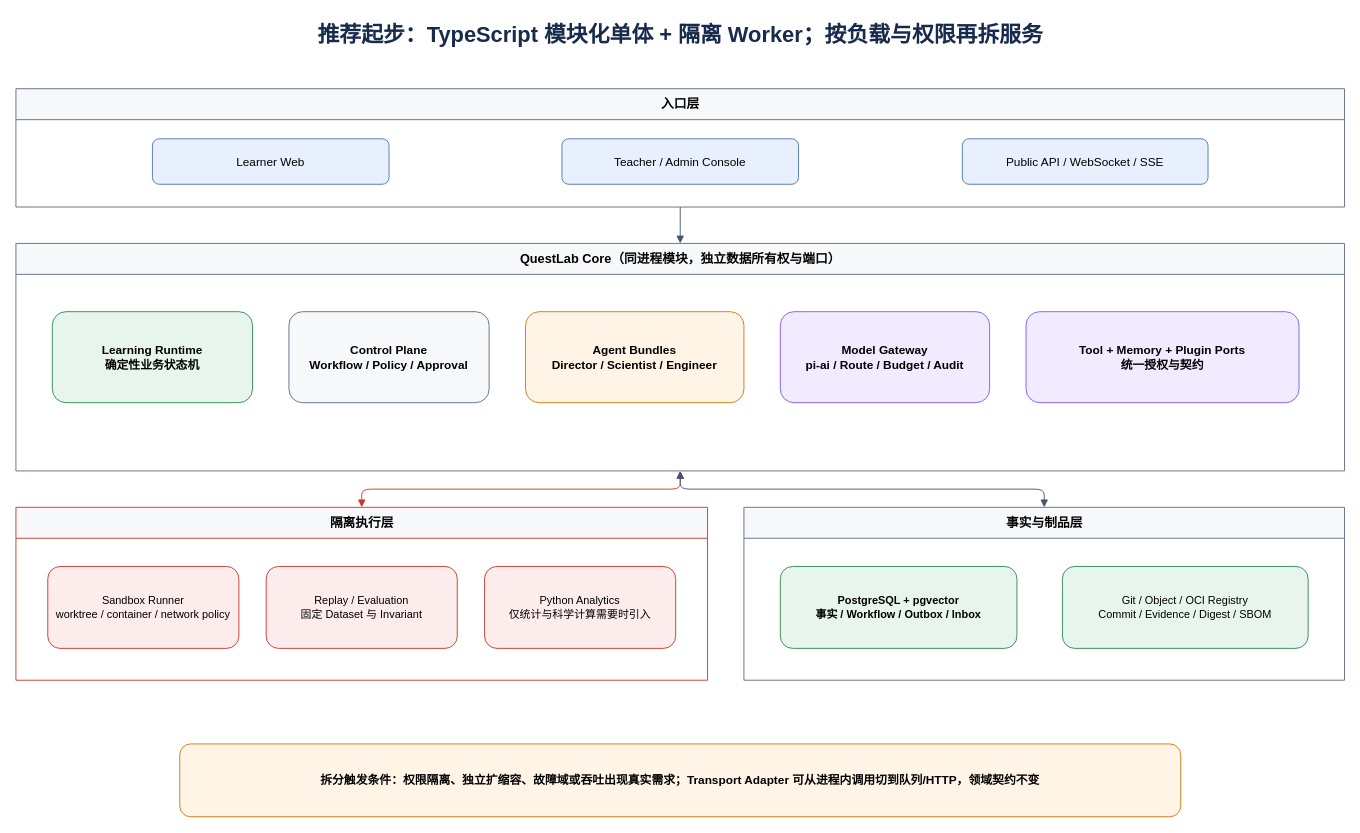
The draw.io diagram page "04-目标技术架构" (4 of 8) of FireFly-QuestLab-目标架构-v3.drawio in Qfish-417/Firefly, before the edit. Source tidied: cells renumbered, new cells numbered last; positions are measured from the earlier drawing's top-left corner, leaving out a move shared by most shapes. Both pictures are drawn from the tidied source at 91%, with x=0, y=0 at pixel (15, 15).
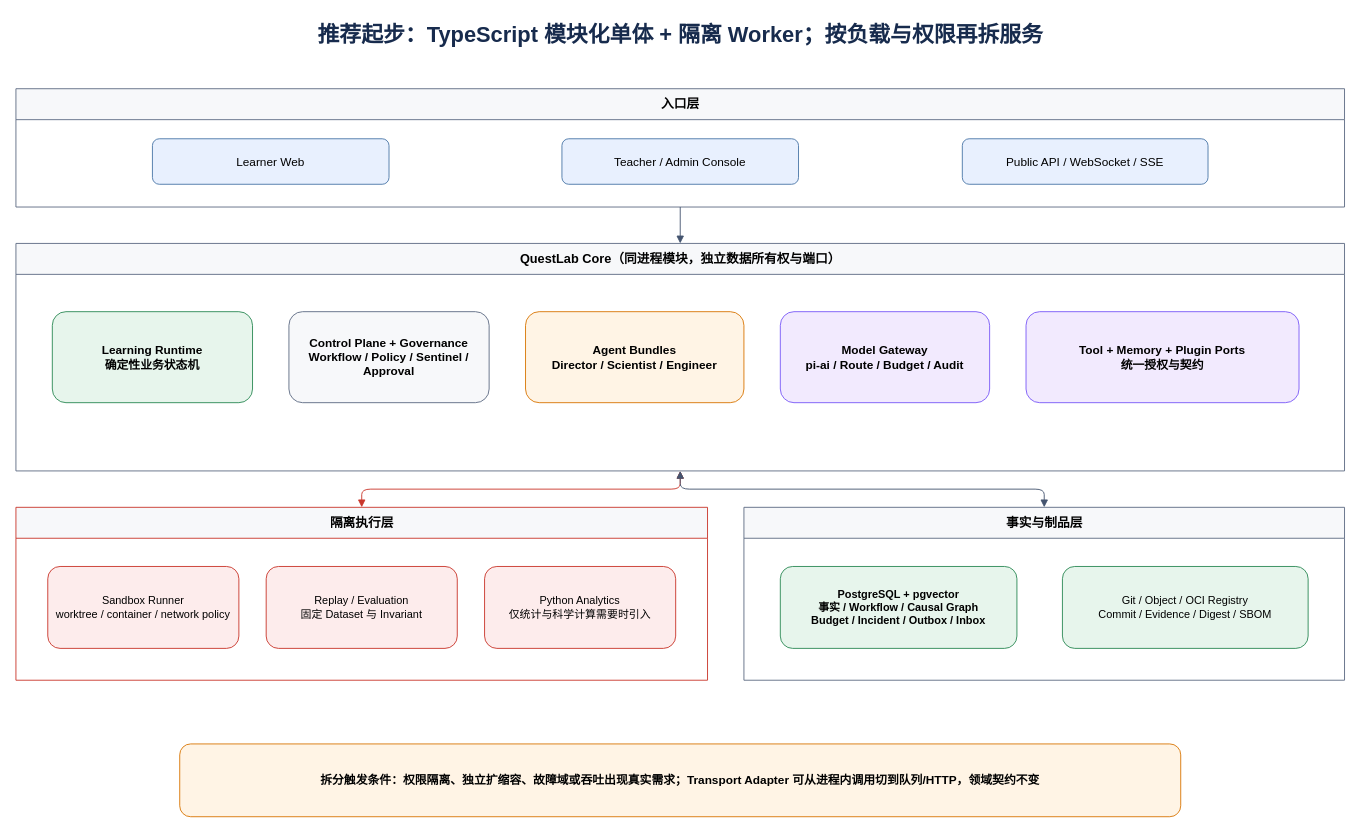
After the change.

The change refers to these unchanged cells:
```xml
<mxCell id="7" value="QuestLab Core（同进程模块，独立数据所有权与端口）" style="swimlane;html=1;horizontal=1;startSize=34;fillColor=#F7F8FA;strokeColor=#5E6C84;fontSize=14;fontStyle=1;" parent="1" vertex="1">
  <mxGeometry y="250" width="1460" height="250" as="geometry" />
</mxCell>
<mxCell id="17" value="事实与制品层" style="swimlane;html=1;horizontal=1;startSize=34;fillColor=#F7F8FA;strokeColor=#5E6C84;fontSize=14;fontStyle=1;" parent="1" vertex="1">
  <mxGeometry x="800" y="540" width="660" height="190" as="geometry" />
</mxCell>
```

Diff of the diagram source:
```diff
@@
-    <mxCell id="9" value="Control Plane&#10;Workflow / Policy / Approval" style="rounded=1;whiteSpace=wrap;html=1;fillColor=#F7F8FA;strokeColor=#5E6C84;fontSize=13;fontStyle=1;" parent="7" vertex="1">
+    <mxCell id="9" value="Control Plane + Governance&#10;Workflow / Policy / Sentinel / Approval" style="rounded=1;whiteSpace=wrap;html=1;fillColor=#F7F8FA;strokeColor=#5E6C84;fontSize=13;fontStyle=1;" parent="7" vertex="1">
       <mxGeometry x="300" y="75" width="220" height="100" as="geometry" />
     </mxCell>
@@
-    <mxCell id="18" value="PostgreSQL + pgvector&#10;事实 / Workflow / Outbox / Inbox" style="rounded=1;whiteSpace=wrap;html=1;fillColor=#E7F5EC;strokeColor=#2E8B57;fontSize=12;fontStyle=1;" parent="17" vertex="1">
+    <mxCell id="18" value="PostgreSQL + pgvector&#10;事实 / Workflow / Causal Graph&#10;Budget / Incident / Outbox / Inbox" style="rounded=1;whiteSpace=wrap;html=1;fillColor=#E7F5EC;strokeColor=#2E8B57;fontSize=12;fontStyle=1;" parent="17" vertex="1">
       <mxGeometry x="40" y="65" width="260" height="90" as="geometry" />
     </mxCell>
```
